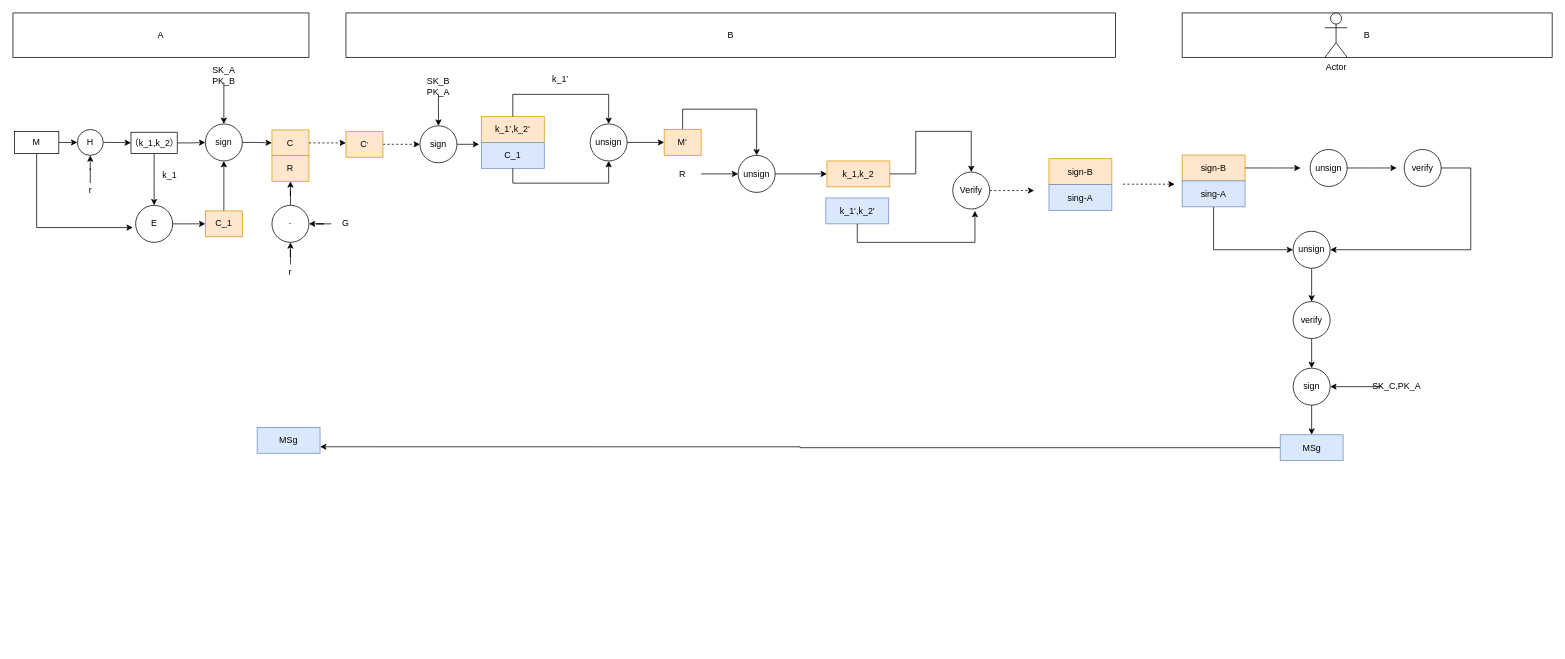
Above: 密码算法.drawio in hlkzxc/hello (draw.io), before the change. Source tidied: cells renumbered, new cells numbered last; positions are measured from the earlier drawing's top-left corner, leaving out a move shared by most shapes. Both pictures are drawn from the tidied source at 74%, with x=0, y=0 at pixel (13, 13).
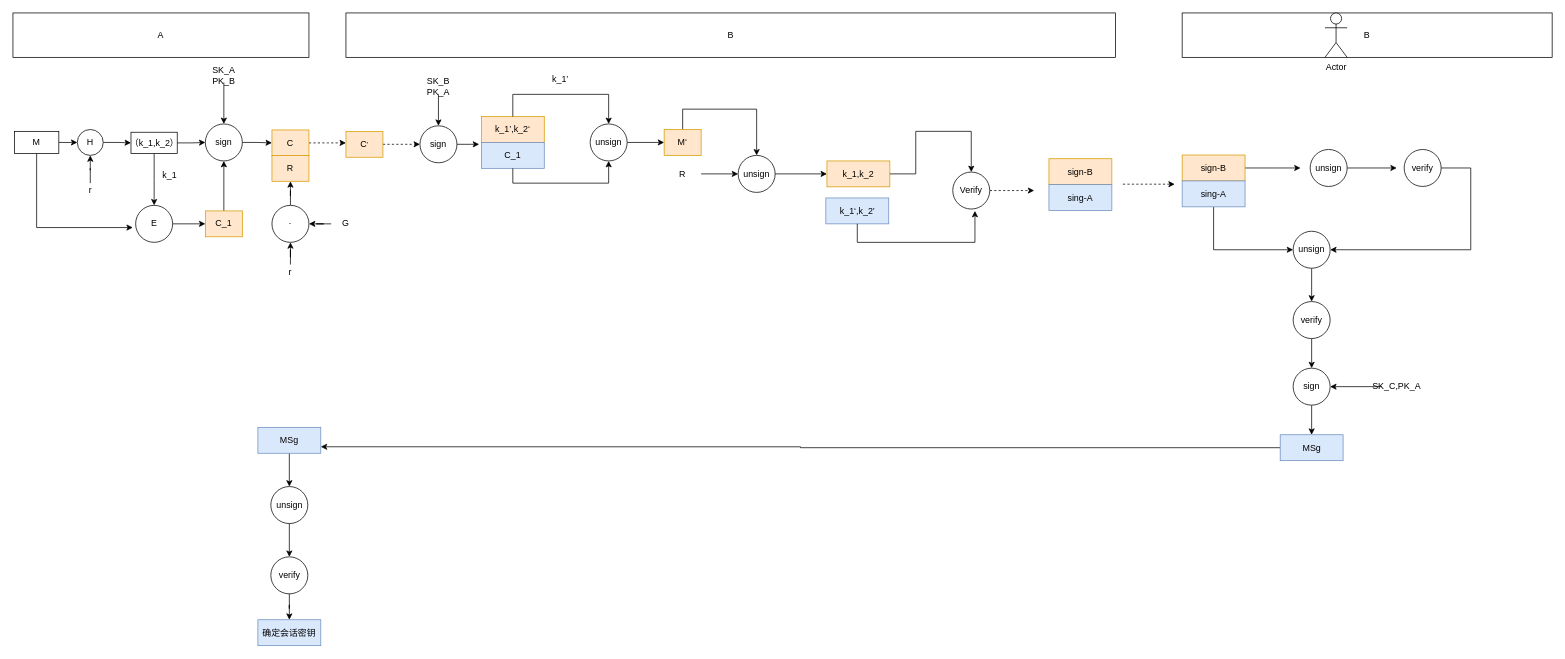
The same page after the edit.

Diff of the diagram source:
```diff
@@
+    <mxCell id="84" style="edgeStyle=orthogonalEdgeStyle;rounded=0;jettySize=auto;html=1;startArrow=none;startFill=0;endArrow=classic;endFill=1;" parent="1" edge="1" source="83" target="86">
+      <mxGeometry relative="1" as="geometry" />
+    </mxCell>
     <mxCell id="83" value="MSg" style="rounded=0;whiteSpace=wrap;html=1;fillColor=#dae8fc;strokeColor=#6c8ebf;" parent="1" vertex="1">
-      <mxGeometry x="330" y="560" width="85" height="35" as="geometry" />
+      <mxGeometry x="331" y="560" width="85" height="35" as="geometry" />
     </mxCell>
+    <mxCell id="85" style="edgeStyle=orthogonalEdgeStyle;rounded=0;jettySize=auto;html=1;entryX=0.5;entryY=0;entryDx=0;entryDy=0;startArrow=none;startFill=0;endArrow=classic;endFill=1;" parent="1" edge="1" source="86" target="88">
+      <mxGeometry relative="1" as="geometry" />
+    </mxCell>
+    <mxCell id="86" value="unsign" style="ellipse;whiteSpace=wrap;html=1;" parent="1" vertex="1">
+      <mxGeometry x="348.5" y="640" width="50" height="50" as="geometry" />
+    </mxCell>
+    <mxCell id="87" style="edgeStyle=orthogonalEdgeStyle;rounded=0;jettySize=auto;html=1;entryX=0.5;entryY=0;entryDx=0;entryDy=0;startArrow=none;startFill=0;endArrow=classic;endFill=1;" parent="1" edge="1" source="88" target="89">
+      <mxGeometry relative="1" as="geometry" />
+    </mxCell>
+    <mxCell id="88" value="verify" style="ellipse;whiteSpace=wrap;html=1;" parent="1" vertex="1">
+      <mxGeometry x="348.5" y="735" width="50" height="50" as="geometry" />
+    </mxCell>
+    <mxCell id="89" value="确定会话密钥" style="rounded=0;whiteSpace=wrap;html=1;fillColor=#dae8fc;strokeColor=#6c8ebf;" parent="1" vertex="1">
+      <mxGeometry x="331" y="820" width="85" height="35" as="geometry" />
+    </mxCell>
```
